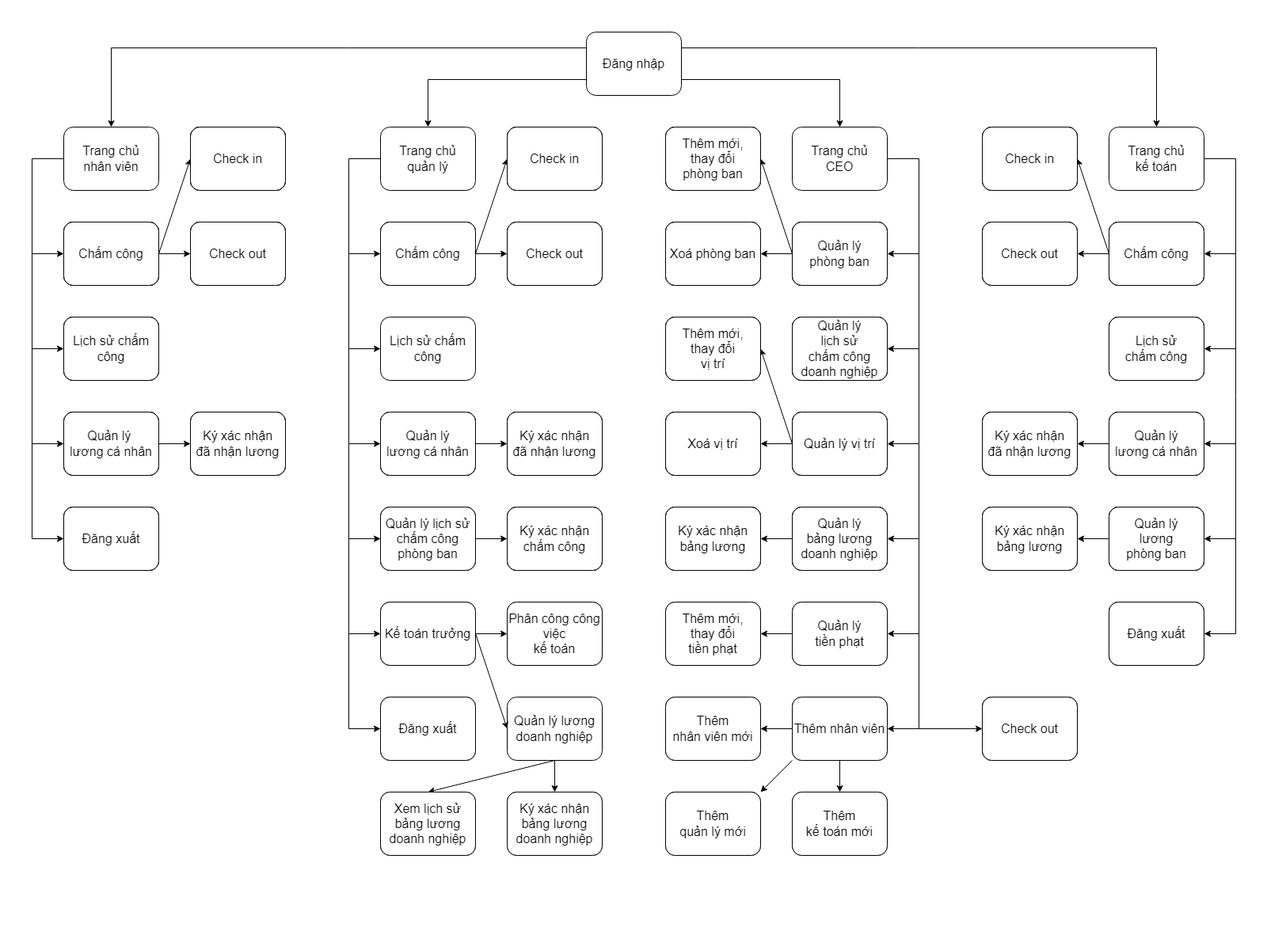
Before: documents/Website Diagram.png, a diagram exported from draw.io (hydra029/laravel_web). Source tidied: cells renumbered, new cells last; positions are measured from the earlier drawing's top-left corner, leaving out a move shared by most shapes.
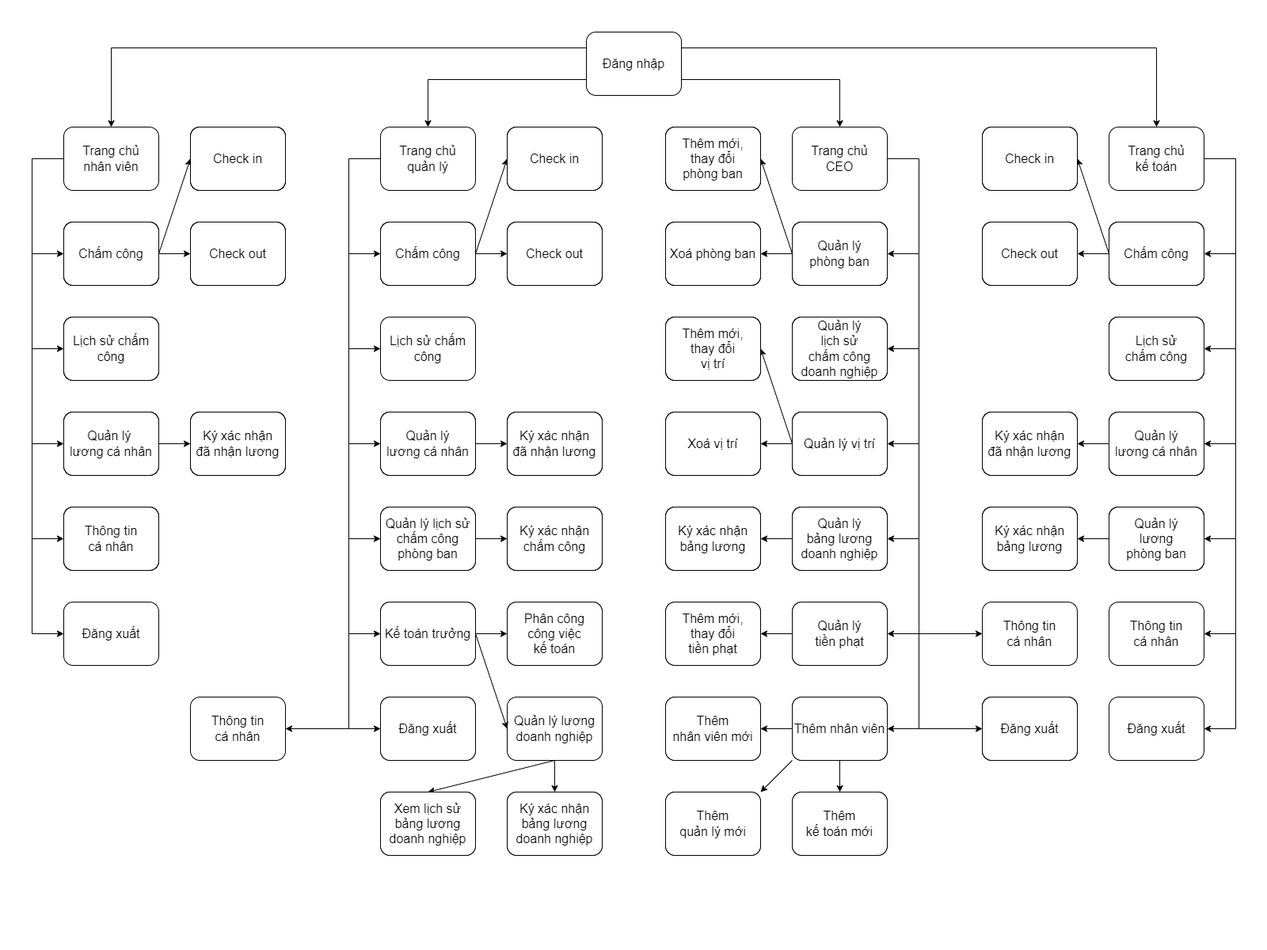
The same diagram one commit later.

What changed in the source:
```diff
@@ -80,12 +80,12 @@
         <mxPoint x="440" y="280" as="targetPoint" />
       </mxGeometry>
     </mxCell>
-    <mxCell id="25" style="endArrow=classic;html=1;rounded=0;exitX=0;exitY=0.75;exitDx=0;exitDy=0;edgeStyle=orthogonalEdgeStyle;entryX=0;entryY=0.5;entryDx=0;entryDy=0;fontSize=16;" parent="1" edge="1" target="92">
+    <mxCell id="25" style="endArrow=classic;html=1;rounded=0;exitX=0;exitY=0.75;exitDx=0;exitDy=0;edgeStyle=orthogonalEdgeStyle;entryX=0;entryY=0.5;entryDx=0;entryDy=0;fontSize=16;" parent="1" edge="1" target="213">
       <mxGeometry relative="1" as="geometry">
         <mxPoint x="40" y="160" as="sourcePoint" />
         <Array as="points">
           <mxPoint y="160" />
-          <mxPoint y="640" />
+          <mxPoint y="760" />
         </Array>
       </mxGeometry>
     </mxCell>
@@ -99,7 +99,7 @@
       <mxGeometry relative="1" as="geometry">
         <Array as="points">
           <mxPoint x="1520" y="160" />
-          <mxPoint x="1520" y="760" />
+          <mxPoint x="1520" y="880" />
         </Array>
       </mxGeometry>
     </mxCell>
@@ -331,7 +331,7 @@
       </mxGeometry>
     </mxCell>
     <mxCell id="91" value="Đăng xuất" style="rounded=1;whiteSpace=wrap;html=1;fontSize=16;" parent="1" vertex="1">
-      <mxGeometry x="1360" y="720" width="120" height="80" as="geometry" />
+      <mxGeometry x="1360" y="840" width="120" height="80" as="geometry" />
     </mxCell>
     <mxCell id="92" value="Đăng xuất" style="rounded=1;whiteSpace=wrap;html=1;fontSize=16;" parent="1" vertex="1">
       <mxGeometry x="40" y="600" width="120" height="80" as="geometry" />
@@ -564,9 +564,6 @@
     <mxCell id="166" value="Quản lý lịch sử&lt;br style=&quot;font-size: 16px;&quot;&gt;chấm công phòng ban" style="rounded=1;whiteSpace=wrap;html=1;fontSize=16;" parent="1" vertex="1">
       <mxGeometry x="440" y="600" width="120" height="80" as="geometry" />
     </mxCell>
-    <mxCell id="167" value="Đăng xuất" style="rounded=1;whiteSpace=wrap;html=1;fontSize=16;" parent="1" vertex="1">
-      <mxGeometry x="1360" y="720" width="120" height="80" as="geometry" />
-    </mxCell>
     <mxCell id="168" value="Check out" style="rounded=1;whiteSpace=wrap;html=1;fontSize=16;" parent="1" vertex="1">
       <mxGeometry x="1200" y="840" width="120" height="80" as="geometry" />
     </mxCell>
@@ -588,7 +585,7 @@
     <mxCell id="174" value="&lt;span id=&quot;selected_text&quot; style=&quot;font-size: 16px;&quot;&gt;&lt;/span&gt;&lt;span id=&quot;selected_text&quot; style=&quot;font-size: 16px;&quot;&gt;&lt;/span&gt;&lt;span id=&quot;selected_text&quot; style=&quot;font-size: 16px;&quot;&gt;&lt;/span&gt;&lt;span id=&quot;selected_text&quot; style=&quot;font-size: 16px;&quot;&gt;&lt;/span&gt;&lt;span id=&quot;selected_text&quot; style=&quot;font-size: 16px;&quot;&gt;&lt;/span&gt;&lt;span id=&quot;selected_text&quot; style=&quot;font-size: 16px;&quot;&gt;&lt;/span&gt;Lịch sử chấm công" style="rounded=1;whiteSpace=wrap;html=1;fontSize=16;" parent="1" vertex="1">
       <mxGeometry x="40" y="360" width="120" height="80" as="geometry" />
     </mxCell>
-    <mxCell id="175" value="Đăng xuất" style="rounded=1;whiteSpace=wrap;html=1;fontSize=16;" parent="1" vertex="1">
+    <mxCell id="175" value="Thông tin&lt;br&gt;cá nhân" style="rounded=1;whiteSpace=wrap;html=1;fontSize=16;" parent="1" vertex="1">
       <mxGeometry x="40" y="600" width="120" height="80" as="geometry" />
     </mxCell>
     <mxCell id="176" value="Check in" style="rounded=1;whiteSpace=wrap;html=1;fontSize=16;" parent="1" vertex="1">
@@ -663,10 +660,7 @@
     <mxCell id="199" value="Quản lý lịch sử&lt;br style=&quot;font-size: 16px;&quot;&gt;chấm công phòng ban" style="rounded=1;whiteSpace=wrap;html=1;fontSize=16;" parent="1" vertex="1">
       <mxGeometry x="440" y="600" width="120" height="80" as="geometry" />
     </mxCell>
-    <mxCell id="200" value="Đăng xuất" style="rounded=1;whiteSpace=wrap;html=1;fontSize=16;" parent="1" vertex="1">
-      <mxGeometry x="1360" y="720" width="120" height="80" as="geometry" />
-    </mxCell>
-    <mxCell id="201" value="Check out" style="rounded=1;whiteSpace=wrap;html=1;fontSize=16;" parent="1" vertex="1">
+    <mxCell id="201" value="Đăng xuất" style="rounded=1;whiteSpace=wrap;html=1;fontSize=16;" parent="1" vertex="1">
       <mxGeometry x="1200" y="840" width="120" height="80" as="geometry" />
     </mxCell>
     <mxCell id="202" value="&lt;span id=&quot;selected_text&quot; style=&quot;font-size: 16px;&quot;&gt;&lt;/span&gt;&lt;span id=&quot;selected_text&quot; style=&quot;font-size: 16px;&quot;&gt;&lt;/span&gt;&lt;span id=&quot;selected_text&quot; style=&quot;font-size: 16px;&quot;&gt;&lt;/span&gt;&lt;span id=&quot;selected_text&quot; style=&quot;font-size: 16px;&quot;&gt;&lt;/span&gt;&lt;span id=&quot;selected_text&quot; style=&quot;font-size: 16px;&quot;&gt;&lt;/span&gt;&lt;span id=&quot;selected_text&quot; style=&quot;font-size: 16px;&quot;&gt;&lt;/span&gt;&lt;span id=&quot;selected_text&quot; style=&quot;font-size: 16px;&quot;&gt;&lt;/span&gt;&lt;span id=&quot;selected_text&quot; style=&quot;font-size: 16px;&quot;&gt;&lt;/span&gt;&lt;span id=&quot;selected_text&quot; style=&quot;font-size: 16px;&quot;&gt;&lt;/span&gt;&lt;span id=&quot;selected_text&quot; style=&quot;font-size: 16px;&quot;&gt;&lt;/span&gt;&lt;span id=&quot;selected_text&quot; style=&quot;font-size: 16px;&quot;&gt;&lt;/span&gt;&lt;span id=&quot;selected_text&quot; style=&quot;font-size: 16px;&quot;&gt;&lt;/span&gt;Thêm&lt;br style=&quot;font-size: 16px;&quot;&gt;kế toán mới" style="rounded=1;whiteSpace=wrap;html=1;fontSize=16;" parent="1" vertex="1">
@@ -699,8 +693,40 @@
     <mxCell id="211" value="Kế toán trưởng" style="rounded=1;whiteSpace=wrap;html=1;fontSize=16;" parent="1" vertex="1">
       <mxGeometry x="440" y="720" width="120" height="80" as="geometry" />
     </mxCell>
-    <mxCell id="212" value="&lt;span id=&quot;selected_text&quot; style=&quot;font-size: 16px;&quot;&gt;&lt;/span&gt;&lt;span id=&quot;selected_text&quot; style=&quot;font-size: 16px;&quot;&gt;&lt;/span&gt;Phân công công việc&lt;br style=&quot;font-size: 16px;&quot;&gt;kế toán" style="rounded=1;whiteSpace=wrap;html=1;fontSize=16;" parent="1" vertex="1">
+    <mxCell id="212" value="&lt;span id=&quot;selected_text&quot; style=&quot;font-size: 16px;&quot;&gt;&lt;/span&gt;&lt;span id=&quot;selected_text&quot; style=&quot;font-size: 16px;&quot;&gt;&lt;/span&gt;Phân công&lt;br&gt;công việc&lt;br style=&quot;font-size: 16px;&quot;&gt;kế toán" style="rounded=1;whiteSpace=wrap;html=1;fontSize=16;" parent="1" vertex="1">
       <mxGeometry x="600" y="720" width="120" height="80" as="geometry" />
     </mxCell>
+    <mxCell id="213" value="Đăng xuất" style="rounded=1;whiteSpace=wrap;html=1;fontSize=16;" parent="1" vertex="1">
+      <mxGeometry x="40" y="720" width="120" height="80" as="geometry" />
+    </mxCell>
+    <mxCell id="214" style="endArrow=classic;html=1;rounded=0;entryX=0;entryY=0.5;entryDx=0;entryDy=0;fontSize=16;" parent="1" edge="1" target="175">
+      <mxGeometry relative="1" as="geometry">
+        <mxPoint y="640" as="sourcePoint" />
+      </mxGeometry>
+    </mxCell>
+    <mxCell id="215" value="Thông tin&lt;br&gt;cá nhân" style="rounded=1;whiteSpace=wrap;html=1;fontSize=16;" parent="1" vertex="1">
+      <mxGeometry x="1200" y="720" width="120" height="80" as="geometry" />
+    </mxCell>
+    <mxCell id="216" style="endArrow=classic;html=1;rounded=0;entryX=0;entryY=0.5;entryDx=0;entryDy=0;fontSize=16;" parent="1" edge="1" target="215">
+      <mxGeometry relative="1" as="geometry">
+        <mxPoint x="1120" y="760" as="sourcePoint" />
+      </mxGeometry>
+    </mxCell>
+    <mxCell id="217" value="Thông tin&lt;br&gt;cá nhân" style="rounded=1;whiteSpace=wrap;html=1;fontSize=16;" parent="1" vertex="1">
+      <mxGeometry x="200" y="840" width="120" height="80" as="geometry" />
+    </mxCell>
+    <mxCell id="218" style="endArrow=classic;html=1;rounded=0;entryX=1;entryY=0.5;entryDx=0;entryDy=0;fontSize=16;" parent="1" edge="1" target="217">
+      <mxGeometry relative="1" as="geometry">
+        <mxPoint x="400" y="880" as="sourcePoint" />
+      </mxGeometry>
+    </mxCell>
+    <mxCell id="219" value="Thông tin&lt;br&gt;cá nhân" style="rounded=1;whiteSpace=wrap;html=1;fontSize=16;" parent="1" vertex="1">
+      <mxGeometry x="1360" y="720" width="120" height="80" as="geometry" />
+    </mxCell>
+    <mxCell id="220" style="endArrow=classic;html=1;rounded=0;entryX=1;entryY=0.5;entryDx=0;entryDy=0;fontSize=16;" parent="1" edge="1" target="219">
+      <mxGeometry relative="1" as="geometry">
+        <mxPoint x="1520" y="760" as="sourcePoint" />
+      </mxGeometry>
+    </mxCell>
   </root>
 </mxGraphModel>
```
